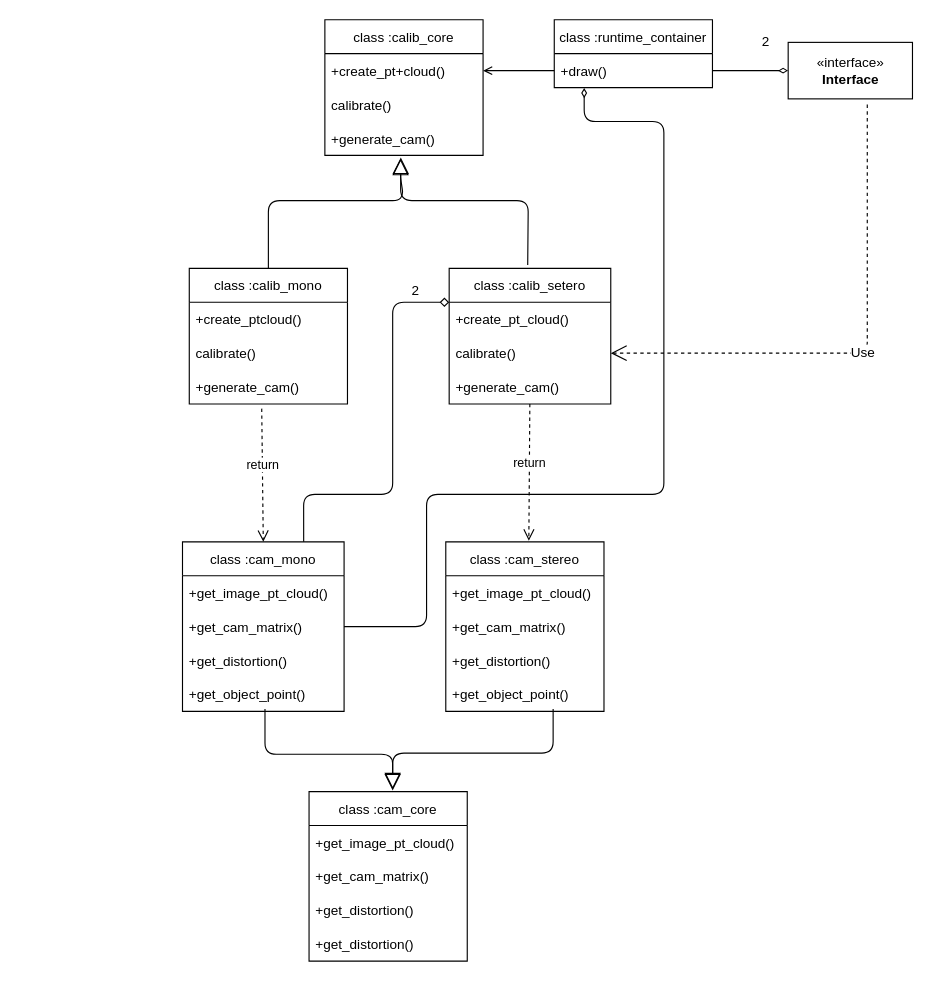
The draw.io diagram page "class diagram" (2 of 2) of example/system.drawio in pyro001/apriltag, before the edit. Source tidied: cells renumbered, new cells numbered last; positions are measured from the earlier drawing's top-left corner, leaving out a move shared by most shapes. Both pictures are drawn from the tidied source at 113%, with x=0, y=0 at pixel (182, 19).
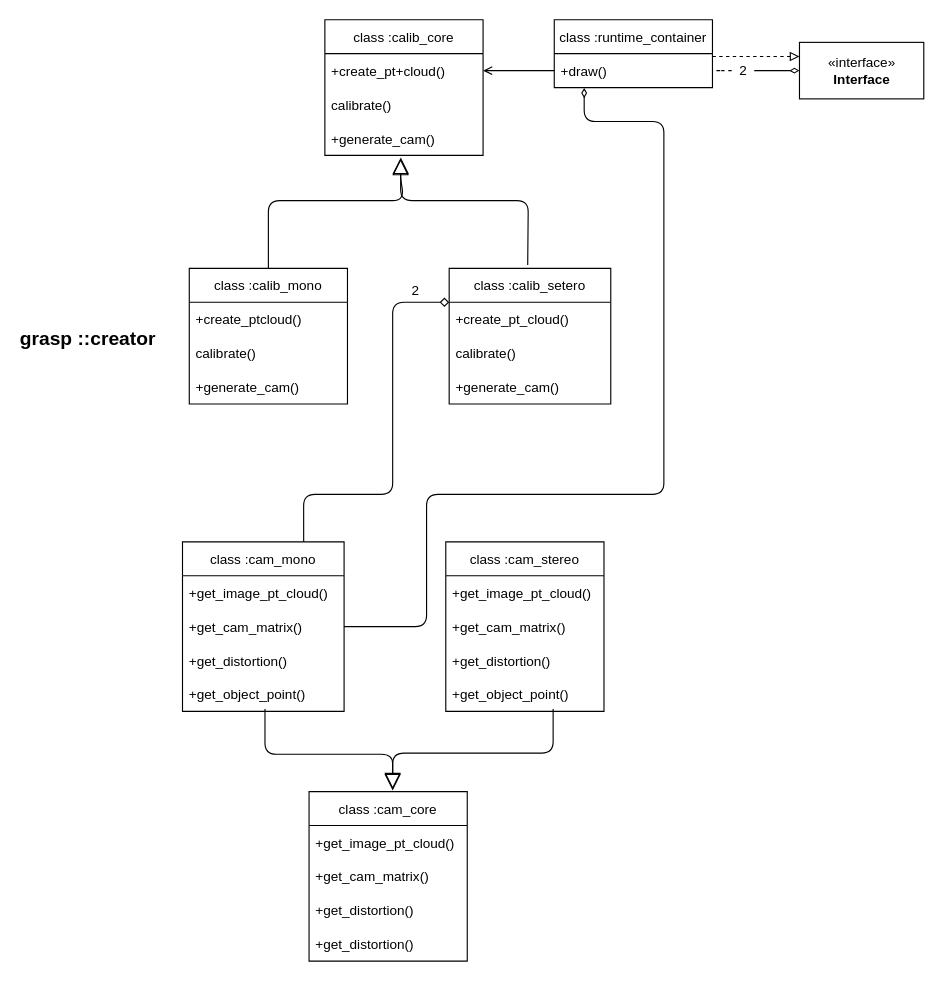
Above is the later version.

Unchanged cells that the change refers to:
```xml
<mxCell id="9" value="+generate_cam()" style="text;strokeColor=none;fillColor=none;align=left;verticalAlign=middle;spacingLeft=4;spacingRight=4;overflow=hidden;points=[[0,0.5],[1,0.5]];portConstraint=eastwest;" parent="6" vertex="1">
  <mxGeometry y="90" width="140" height="30" as="geometry" />
</mxCell>
<mxCell id="12" value="calibrate()" style="text;strokeColor=none;fillColor=none;align=left;verticalAlign=middle;spacingLeft=4;spacingRight=4;overflow=hidden;points=[[0,0.5],[1,0.5]];portConstraint=eastwest;" parent="10" vertex="1">
  <mxGeometry y="60" width="143" height="30" as="geometry" />
</mxCell>
<mxCell id="13" value="+generate_cam()" style="text;strokeColor=none;fillColor=none;align=left;verticalAlign=middle;spacingLeft=4;spacingRight=4;overflow=hidden;points=[[0,0.5],[1,0.5]];portConstraint=eastwest;" parent="10" vertex="1">
  <mxGeometry y="90" width="143" height="30" as="geometry" />
</mxCell>
<mxCell id="27" value="class :cam_mono" style="swimlane;fontStyle=0;horizontal=1;startSize=30;rotation=0;" parent="16" vertex="1">
  <mxGeometry width="143" height="150" as="geometry" />
</mxCell>
<mxCell id="29" value="+get_cam_matrix()" style="text;strokeColor=none;fillColor=none;align=left;verticalAlign=middle;spacingLeft=4;spacingRight=4;overflow=hidden;points=[[0,0.5],[1,0.5]];portConstraint=eastwest;rotation=0;" parent="27" vertex="1">
  <mxGeometry y="60" width="143" height="30" as="geometry" />
</mxCell>
<mxCell id="38" value="class :runtime_container" style="swimlane;fontStyle=0;horizontal=1;startSize=30;" parent="1" vertex="1">
  <mxGeometry x="329" width="140" height="60" as="geometry" />
</mxCell>
<mxCell id="39" value="+draw()" style="text;strokeColor=none;fillColor=none;align=left;verticalAlign=middle;spacingLeft=4;spacingRight=4;overflow=hidden;points=[[0,0.5],[1,0.5]];portConstraint=eastwest;" parent="38" vertex="1">
  <mxGeometry y="30" width="140" height="30" as="geometry" />
</mxCell>
```

The edit, as a diff of the source:
```diff
@@
-    <mxCell id="34" value="return" style="html=1;verticalAlign=bottom;endArrow=open;dashed=1;endSize=8;exitX=0.458;exitY=1.137;exitDx=0;exitDy=0;exitPerimeter=0;entryX=0.5;entryY=0;entryDx=0;entryDy=0;" parent="1" edge="1" source="9" target="27">
-      <mxGeometry relative="1" as="geometry" />
-    </mxCell>
-    <mxCell id="35" value="return" style="html=1;verticalAlign=bottom;endArrow=open;dashed=1;endSize=8;entryX=0.5;entryY=0;entryDx=0;entryDy=0;" parent="1" edge="1" source="13">
-      <mxGeometry relative="1" as="geometry">
-        <mxPoint x="306.5" y="461" as="targetPoint" />
-      </mxGeometry>
-    </mxCell>
@@
+    <mxCell id="46" style="edgeStyle=orthogonalEdgeStyle;html=1;entryX=0;entryY=0.25;entryDx=0;entryDy=0;fontSize=12;endArrow=block;endFill=0;dashed=1;" parent="1" edge="1" source="38" target="45">
+      <mxGeometry relative="1" as="geometry">
+        <Array as="points">
+          <mxPoint x="503" y="33" />
+        </Array>
+      </mxGeometry>
+    </mxCell>
@@
-    <mxCell id="41" style="edgeStyle=orthogonalEdgeStyle;html=1;exitX=1;exitY=0.5;exitDx=0;exitDy=0;entryX=0;entryY=0.5;entryDx=0;entryDy=0;endArrow=diamondThin;endFill=0;" parent="1" edge="1" source="39">
-      <mxGeometry relative="1" as="geometry">
-        <mxPoint x="536" y="45" as="targetPoint" />
-      </mxGeometry>
+    <mxCell id="41" style="edgeStyle=orthogonalEdgeStyle;html=1;exitX=1;exitY=0.5;exitDx=0;exitDy=0;entryX=0;entryY=0.5;entryDx=0;entryDy=0;endArrow=diamondThin;endFill=0;startArrow=none;" parent="1" edge="1" source="42" target="45">
+      <mxGeometry relative="1" as="geometry" />
     </mxCell>
+    <mxCell id="43" style="edgeStyle=orthogonalEdgeStyle;html=1;exitX=1;exitY=0.5;exitDx=0;exitDy=0;endArrow=diamondThin;endFill=0;entryX=0.189;entryY=1.012;entryDx=0;entryDy=0;entryPerimeter=0;" parent="1" edge="1" source="29" target="39">
+      <mxGeometry relative="1" as="geometry">
+        <Array as="points">
+          <mxPoint x="216" y="537" />
+          <mxPoint x="216" y="420" />
+          <mxPoint x="426" y="420" />
+          <mxPoint x="426" y="90" />
+          <mxPoint x="356" y="90" />
+        </Array>
+      </mxGeometry>
+    </mxCell>
+    <mxCell id="45" value="«interface»&lt;br&gt;&lt;b&gt;Interface&lt;/b&gt;" style="html=1;fontSize=12;" parent="1" vertex="1">
+      <mxGeometry x="546" y="20" width="110" height="50" as="geometry" />
+    </mxCell>
+    <mxCell id="47" value="&lt;font style=&quot;font-size: 17px&quot;&gt;grasp ::creator&lt;/font&gt;" style="text;strokeColor=none;fillColor=none;html=1;fontSize=24;fontStyle=1;verticalAlign=middle;align=center;" parent="1" vertex="1">
+      <mxGeometry x="-134" y="260" width="100" height="40" as="geometry" />
+    </mxCell>
+    <mxCell id="48" style="edgeStyle=orthogonalEdgeStyle;html=1;dashed=1;fontSize=17;endArrow=none;endFill=0;" parent="1" edge="1" source="42" target="39">
+      <mxGeometry relative="1" as="geometry" />
+    </mxCell>
     <mxCell id="42" value="2" style="text;html=1;align=center;verticalAlign=middle;points=[];strokeColor=none;fillColor=none;" parent="1" vertex="1">
-      <mxGeometry x="506" y="10" width="20" height="20" as="geometry" />
+      <mxGeometry x="486" y="35" width="20" height="20" as="geometry" />
     </mxCell>
-    <mxCell id="43" style="edgeStyle=orthogonalEdgeStyle;html=1;exitX=1;exitY=0.5;exitDx=0;exitDy=0;endArrow=diamondThin;endFill=0;entryX=0.189;entryY=1.012;entryDx=0;entryDy=0;entryPerimeter=0;" parent="1" edge="1" source="29" target="39">
-      <mxGeometry relative="1" as="geometry">
-        <Array as="points">
-          <mxPoint x="216" y="537" />
-          <mxPoint x="216" y="420" />
-          <mxPoint x="426" y="420" />
-          <mxPoint x="426" y="90" />
-          <mxPoint x="356" y="90" />
-        </Array>
-      </mxGeometry>
-    </mxCell>
-    <mxCell id="44" value="Use" style="endArrow=open;endSize=12;dashed=1;html=1;fontSize=12;exitX=0.5;exitY=1;exitDx=0;exitDy=0;entryX=1;entryY=0.5;entryDx=0;entryDy=0;" parent="1" edge="1" target="12">
-      <mxGeometry relative="1" as="geometry">
-        <mxPoint x="606" y="75" as="sourcePoint" />
-        <Array as="points">
-          <mxPoint x="606" y="295" />
-        </Array>
-      </mxGeometry>
-    </mxCell>
-    <mxCell id="45" value="«interface»&lt;br&gt;&lt;b&gt;Interface&lt;/b&gt;" style="html=1;fontSize=12;" parent="1" vertex="1">
-      <mxGeometry x="536" y="20" width="110" height="50" as="geometry" />
-    </mxCell>
```
